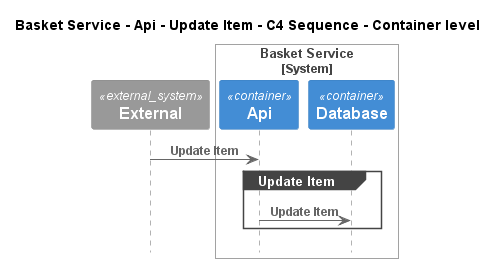
Above: e-commerce-platform/Software Systems/Basket Service/Containers/Api/Interfaces/Update Item/Container - C4 Sequence.png in C4InterFlow/architecture-as-code-samples (PlantUML), before the change.
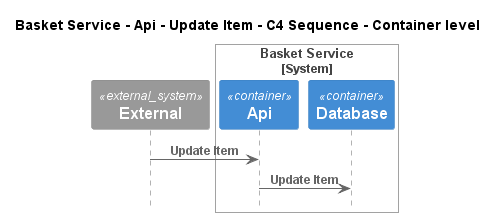
Above is the later version.

The edit, as a diff of the source:
```diff
@@ -12,9 +12,7 @@
 Boundary_End()
 
 Rel(C4InterFlow.SoftwareSystems.ExternalSystem, ECommercePlatform.SoftwareSystems.BasketService.Containers.Api, "Update Item")
-group Update Item
 Rel(ECommercePlatform.SoftwareSystems.BasketService.Containers.Api, ECommercePlatform.SoftwareSystems.BasketService.Containers.Database, "Update Item")
-end
 
 
 @enduml
```
